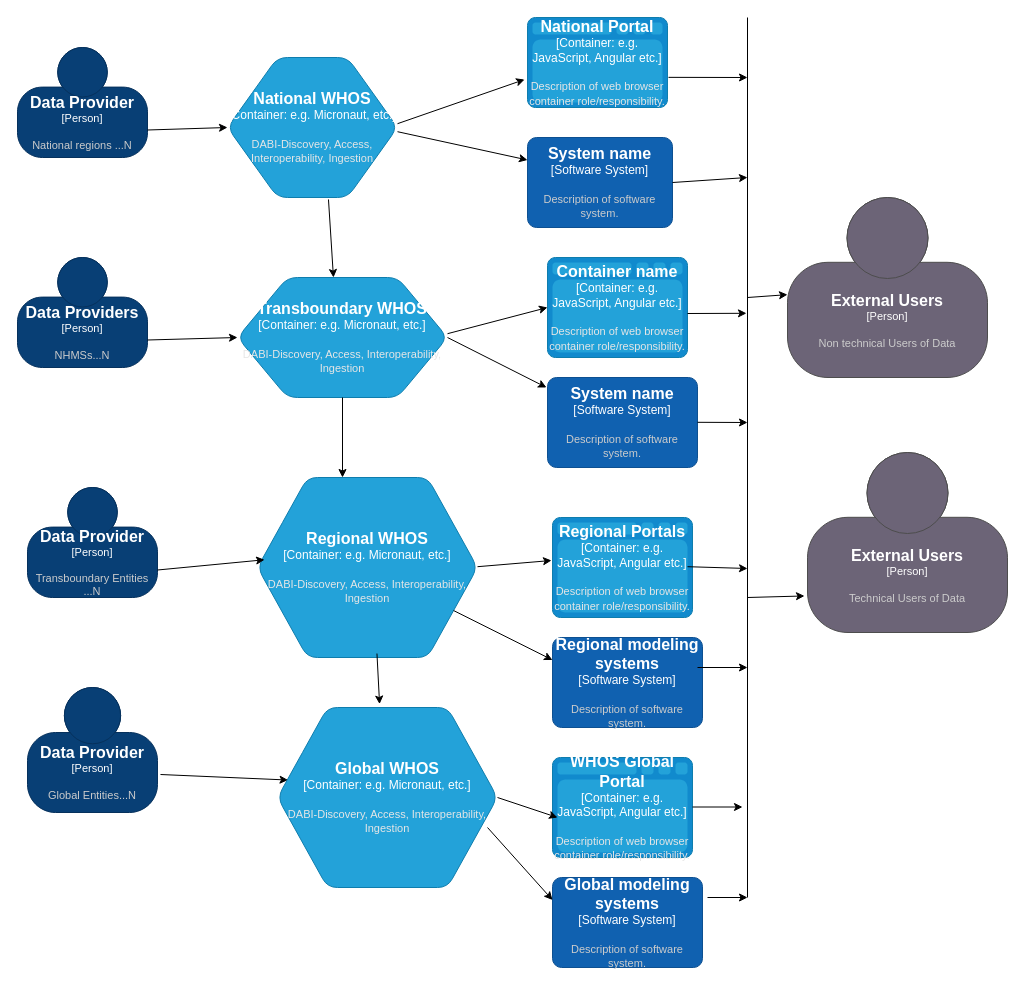
wmo-im/tt-w4h keeps this draw.io diagram as page "WHOS Concept New Architecture2" (2 of 4) of whos-architecture/WHOS New.drawio. Above is the earlier version. Source tidied: cells renumbered, new cells numbered last; positions are measured from the earlier drawing's top-left corner, leaving out a move shared by most shapes. Both pictures are drawn from the tidied source at 100%, with x=0, y=0 at pixel (17, 17).
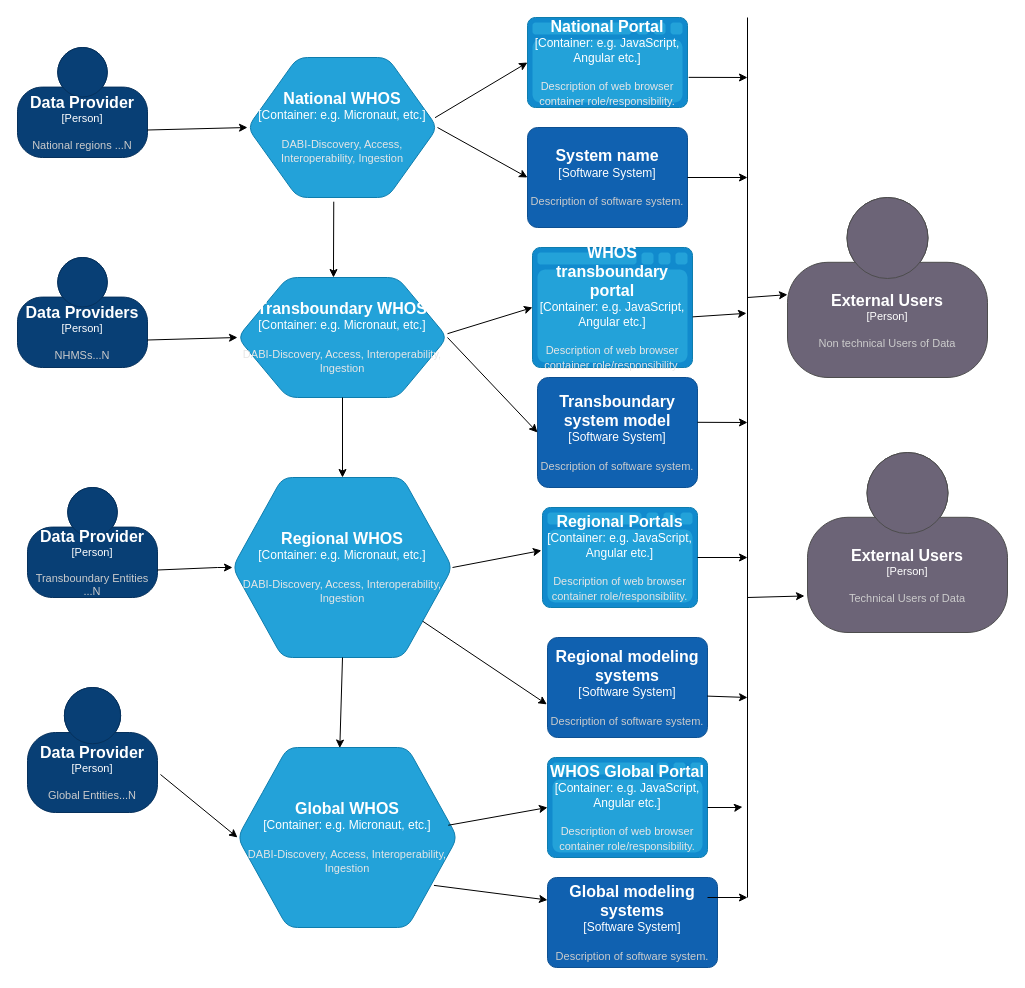
The same diagram, later.

The change refers to these unchanged cells:
```xml
<object id="4" label="&lt;font style=&quot;font-size: 16px&quot;&gt;&lt;b&gt;%c4Name%&lt;/b&gt;&lt;/font&gt;&lt;div&gt;[%c4Type%]&lt;/div&gt;&lt;br&gt;&lt;div&gt;&lt;font style=&quot;font-size: 11px&quot;&gt;&lt;font color=&quot;#cccccc&quot;&gt;%c4Description%&lt;/font&gt;&lt;/div&gt;" c4Description="Transboundary Entities ...N" c4Name="Data Provider" c4Type="Person" placeholders="1">
  <mxCell style="html=1;fontSize=11;dashed=0;whiteSpace=wrap;fillColor=#083F75;strokeColor=#06315C;fontColor=#ffffff;shape=mxgraph.c4.person2;align=center;points=[[0.5,0,0],[1,0.5,0],[1,0.75,0],[0.75,1,0],[0.5,1,0],[0.25,1,0],[0,0.75,0],[0,0.5,0]];" parent="1" vertex="1">
    <mxGeometry x="10" y="470" width="130" height="110" as="geometry" />
  </mxCell>
</object>
<object id="5" label="&lt;font style=&quot;font-size: 16px&quot;&gt;&lt;b&gt;%c4Name%&lt;/b&gt;&lt;/font&gt;&lt;div&gt;[%c4Type%]&lt;/div&gt;&lt;br&gt;&lt;div&gt;&lt;font style=&quot;font-size: 11px&quot;&gt;&lt;font color=&quot;#cccccc&quot;&gt;%c4Description%&lt;/font&gt;&lt;/div&gt;" c4Description="Global Entities...N" c4Name="Data Provider" c4Type="Person" placeholders="1">
  <mxCell style="html=1;fontSize=11;dashed=0;whiteSpace=wrap;fillColor=#083F75;strokeColor=#06315C;fontColor=#ffffff;shape=mxgraph.c4.person2;align=center;points=[[0.5,0,0],[1,0.5,0],[1,0.75,0],[0.75,1,0],[0.5,1,0],[0.25,1,0],[0,0.75,0],[0,0.5,0]];" parent="1" vertex="1">
    <mxGeometry x="10" y="670" width="130" height="125" as="geometry" />
  </mxCell>
</object>
<object id="8" label="&lt;font style=&quot;font-size: 16px&quot;&gt;&lt;b&gt;%c4Name%&lt;/b&gt;&lt;/font&gt;&lt;div&gt;[%c4Type%:&amp;nbsp;%c4Technology%]&lt;/div&gt;&lt;br&gt;&lt;div&gt;&lt;font style=&quot;font-size: 11px&quot;&gt;&lt;font color=&quot;#E6E6E6&quot;&gt;%c4Description%&lt;/font&gt;&lt;/div&gt;" c4Description="DABI-Discovery, Access, Interoperability, Ingestion" c4Name="Transboundary WHOS" c4Technology="e.g. Micronaut, etc." c4Type="Container" placeholders="1">
  <mxCell style="shape=hexagon;size=50;perimeter=hexagonPerimeter2;whiteSpace=wrap;html=1;fixedSize=1;rounded=1;labelBackgroundColor=none;fillColor=#23A2D9;fontSize=12;fontColor=#ffffff;align=center;strokeColor=#0E7DAD;points=[[0.5,0,0],[1,0.25,0],[1,0.5,0],[1,0.75,0],[0.5,1,0],[0,0.75,0],[0,0.5,0],[0,0.25,0]];" parent="1" vertex="1">
    <mxGeometry x="220" y="260" width="210" height="120" as="geometry" />
  </mxCell>
</object>
```

Diff of the diagram source:
```diff
@@
     <object id="6" label="&lt;font style=&quot;font-size: 16px&quot;&gt;&lt;b&gt;%c4Name%&lt;/b&gt;&lt;/font&gt;&lt;div&gt;[%c4Type%:&amp;nbsp;%c4Technology%]&lt;/div&gt;&lt;br&gt;&lt;div&gt;&lt;font style=&quot;font-size: 11px&quot;&gt;&lt;font color=&quot;#E6E6E6&quot;&gt;%c4Description%&lt;/font&gt;&lt;/div&gt;" c4Description="DABI-Discovery, Access, Interoperability, Ingestion" c4Name="National WHOS" c4Technology="e.g. Micronaut, etc." c4Type="Container" placeholders="1">
       <mxCell style="shape=hexagon;size=50;perimeter=hexagonPerimeter2;whiteSpace=wrap;html=1;fixedSize=1;rounded=1;labelBackgroundColor=none;fillColor=#23A2D9;fontSize=12;fontColor=#ffffff;align=center;strokeColor=#0E7DAD;points=[[0.5,0,0],[1,0.25,0],[1,0.5,0],[1,0.75,0],[0.5,1,0],[0,0.75,0],[0,0.5,0],[0,0.25,0]];" parent="1" vertex="1">
-        <mxGeometry x="210" y="40" width="170" height="140" as="geometry" />
+        <mxGeometry x="230" y="40" width="190" height="140" as="geometry" />
       </mxCell>
     </object>
@@
     <object id="10" label="&lt;font style=&quot;font-size: 16px&quot;&gt;&lt;b&gt;%c4Name%&lt;/b&gt;&lt;/font&gt;&lt;div&gt;[%c4Type%:&amp;nbsp;%c4Technology%]&lt;/div&gt;&lt;br&gt;&lt;div&gt;&lt;font style=&quot;font-size: 11px&quot;&gt;&lt;font color=&quot;#E6E6E6&quot;&gt;%c4Description%&lt;/font&gt;&lt;/div&gt;" c4Description="DABI-Discovery, Access, Interoperability, Ingestion" c4Name="Regional WHOS" c4Technology="e.g. Micronaut, etc." c4Type="Container" placeholders="1">
       <mxCell style="shape=hexagon;size=50;perimeter=hexagonPerimeter2;whiteSpace=wrap;html=1;fixedSize=1;rounded=1;labelBackgroundColor=none;fillColor=#23A2D9;fontSize=12;fontColor=#ffffff;align=center;strokeColor=#0E7DAD;points=[[0.5,0,0],[1,0.25,0],[1,0.5,0],[1,0.75,0],[0.5,1,0],[0,0.75,0],[0,0.5,0],[0,0.25,0]];" parent="1" vertex="1">
-        <mxGeometry x="240" y="460" width="220" height="180" as="geometry" />
+        <mxGeometry x="215" y="460" width="220" height="180" as="geometry" />
       </mxCell>
     </object>
-    <mxCell id="11" style="endArrow=classic;html=1;rounded=0;entryX=0.032;entryY=0.457;entryDx=0;entryDy=0;entryPerimeter=0;exitX=1;exitY=0.75;exitDx=0;exitDy=0;exitPerimeter=0;" parent="1" edge="1" source="4" target="10">
-      <mxGeometry relative="1" as="geometry" />
+    <mxCell id="11" style="endArrow=classic;html=1;rounded=0;entryX=0;entryY=0.5;entryDx=0;entryDy=0;entryPerimeter=0;exitX=1;exitY=0.75;exitDx=0;exitDy=0;exitPerimeter=0;" parent="1" edge="1" source="4" target="10">
+      <mxGeometry relative="1" as="geometry">
+        <Array as="points">
+          <mxPoint x="200" y="550" />
+        </Array>
+      </mxGeometry>
     </mxCell>
-    <mxCell id="12" style="endArrow=classic;html=1;rounded=0;entryX=0.048;entryY=0.403;entryDx=0;entryDy=0;entryPerimeter=0;exitX=1.023;exitY=0.696;exitDx=0;exitDy=0;exitPerimeter=0;" parent="1" edge="1" source="5" target="30">
+    <mxCell id="12" style="endArrow=classic;html=1;rounded=0;entryX=0;entryY=0.5;entryDx=0;entryDy=0;entryPerimeter=0;exitX=1.023;exitY=0.696;exitDx=0;exitDy=0;exitPerimeter=0;" parent="1" edge="1" source="5" target="30">
       <mxGeometry relative="1" as="geometry" />
     </mxCell>
-    <object id="13" label="&lt;font style=&quot;font-size: 16px&quot;&gt;&lt;b&gt;%c4Name%&lt;/b&gt;&lt;/font&gt;&lt;div&gt;[%c4Type%:&amp;nbsp;%c4Technology%]&lt;/div&gt;&lt;br&gt;&lt;div&gt;&lt;font style=&quot;font-size: 11px&quot;&gt;&lt;font color=&quot;#E6E6E6&quot;&gt;%c4Description%&lt;/font&gt;&lt;/div&gt;" c4Description="Description of web browser container role/responsibility." c4Name="Container name" c4Technology="e.g. JavaScript, Angular etc." c4Type="Container" placeholders="1">
+    <object id="13" label="&lt;font style=&quot;font-size: 16px&quot;&gt;&lt;b&gt;%c4Name%&lt;/b&gt;&lt;/font&gt;&lt;div&gt;[%c4Type%:&amp;nbsp;%c4Technology%]&lt;/div&gt;&lt;br&gt;&lt;div&gt;&lt;font style=&quot;font-size: 11px&quot;&gt;&lt;font color=&quot;#E6E6E6&quot;&gt;%c4Description%&lt;/font&gt;&lt;/div&gt;" c4Description="Description of web browser container role/responsibility." c4Name="WHOS transboundary portal" c4Technology="e.g. JavaScript, Angular etc." c4Type="Container" placeholders="1">
       <mxCell style="shape=mxgraph.c4.webBrowserContainer2;whiteSpace=wrap;html=1;boundedLbl=1;rounded=0;labelBackgroundColor=none;strokeColor=#118ACD;fillColor=#23A2D9;strokeColor=#118ACD;strokeColor2=#0E7DAD;fontSize=12;fontColor=#ffffff;align=center;points=[[0.5,0,0],[1,0.25,0],[1,0.5,0],[1,0.75,0],[0.5,1,0],[0,0.75,0],[0,0.5,0],[0,0.25,0]];" parent="1" vertex="1">
-        <mxGeometry x="530" y="240" width="140" height="100" as="geometry" />
+        <mxGeometry x="515" y="230" width="160" height="120" as="geometry" />
       </mxCell>
     </object>
-    <object id="14" label="&lt;font style=&quot;font-size: 16px&quot;&gt;&lt;b&gt;%c4Name%&lt;/b&gt;&lt;/font&gt;&lt;div&gt;[%c4Type%]&lt;/div&gt;&lt;br&gt;&lt;div&gt;&lt;font style=&quot;font-size: 11px&quot;&gt;&lt;font color=&quot;#cccccc&quot;&gt;%c4Description%&lt;/font&gt;&lt;/div&gt;" c4Description="Description of software system." c4Name="System name" c4Type="Software System" placeholders="1">
+    <object id="14" label="&lt;font style=&quot;font-size: 16px&quot;&gt;&lt;b&gt;%c4Name%&lt;/b&gt;&lt;/font&gt;&lt;div&gt;[%c4Type%]&lt;/div&gt;&lt;br&gt;&lt;div&gt;&lt;font style=&quot;font-size: 11px&quot;&gt;&lt;font color=&quot;#cccccc&quot;&gt;%c4Description%&lt;/font&gt;&lt;/div&gt;" c4Description="Description of software system." c4Name="Transboundary system model" c4Type="Software System" placeholders="1">
       <mxCell style="rounded=1;whiteSpace=wrap;html=1;labelBackgroundColor=none;fillColor=#1061B0;fontColor=#ffffff;align=center;arcSize=10;strokeColor=#0D5091;points=[[0.25,0,0],[0.5,0,0],[0.75,0,0],[1,0.25,0],[1,0.5,0],[1,0.75,0],[0.75,1,0],[0.5,1,0],[0.25,1,0],[0,0.75,0],[0,0.5,0],[0,0.25,0]];" parent="1" vertex="1">
-        <mxGeometry x="530" y="360" width="150" height="90" as="geometry" />
+        <mxGeometry x="520" y="360" width="160" height="110" as="geometry" />
       </mxCell>
     </object>
     <object id="15" label="&lt;font style=&quot;font-size: 16px&quot;&gt;&lt;b&gt;%c4Name%&lt;/b&gt;&lt;/font&gt;&lt;div&gt;[%c4Type%:&amp;nbsp;%c4Technology%]&lt;/div&gt;&lt;br&gt;&lt;div&gt;&lt;font style=&quot;font-size: 11px&quot;&gt;&lt;font color=&quot;#E6E6E6&quot;&gt;%c4Description%&lt;/font&gt;&lt;/div&gt;" c4Description="Description of web browser container role/responsibility." c4Name="Regional Portals" c4Technology="e.g. JavaScript, Angular etc." c4Type="Container" placeholders="1">
       <mxCell style="shape=mxgraph.c4.webBrowserContainer2;whiteSpace=wrap;html=1;boundedLbl=1;rounded=0;labelBackgroundColor=none;strokeColor=#118ACD;fillColor=#23A2D9;strokeColor=#118ACD;strokeColor2=#0E7DAD;fontSize=12;fontColor=#ffffff;align=center;points=[[0.5,0,0],[1,0.25,0],[1,0.5,0],[1,0.75,0],[0.5,1,0],[0,0.75,0],[0,0.5,0],[0,0.25,0]];" parent="1" vertex="1">
-        <mxGeometry x="535" y="500" width="140" height="100" as="geometry" />
+        <mxGeometry x="525" y="490" width="155" height="100" as="geometry" />
       </mxCell>
     </object>
     <object id="16" label="&lt;font style=&quot;font-size: 16px&quot;&gt;&lt;b&gt;%c4Name%&lt;/b&gt;&lt;/font&gt;&lt;div&gt;[%c4Type%]&lt;/div&gt;&lt;br&gt;&lt;div&gt;&lt;font style=&quot;font-size: 11px&quot;&gt;&lt;font color=&quot;#cccccc&quot;&gt;%c4Description%&lt;/font&gt;&lt;/div&gt;" c4Description="Description of software system." c4Name="Regional  modeling systems" c4Type="Software System" placeholders="1">
       <mxCell style="rounded=1;whiteSpace=wrap;html=1;labelBackgroundColor=none;fillColor=#1061B0;fontColor=#ffffff;align=center;arcSize=10;strokeColor=#0D5091;points=[[0.25,0,0],[0.5,0,0],[0.75,0,0],[1,0.25,0],[1,0.5,0],[1,0.75,0],[0.75,1,0],[0.5,1,0],[0.25,1,0],[0,0.75,0],[0,0.5,0],[0,0.25,0]];" parent="1" vertex="1">
-        <mxGeometry x="535" y="620" width="150" height="90" as="geometry" />
+        <mxGeometry x="530" y="620" width="160" height="100" as="geometry" />
       </mxCell>
     </object>
     <object id="17" label="&lt;font style=&quot;font-size: 16px&quot;&gt;&lt;b&gt;%c4Name%&lt;/b&gt;&lt;/font&gt;&lt;div&gt;[%c4Type%:&amp;nbsp;%c4Technology%]&lt;/div&gt;&lt;br&gt;&lt;div&gt;&lt;font style=&quot;font-size: 11px&quot;&gt;&lt;font color=&quot;#E6E6E6&quot;&gt;%c4Description%&lt;/font&gt;&lt;/div&gt;" c4Description="Description of web browser container role/responsibility." c4Name="National Portal" c4Technology="e.g. JavaScript, Angular etc." c4Type="Container" placeholders="1">
       <mxCell style="shape=mxgraph.c4.webBrowserContainer2;whiteSpace=wrap;html=1;boundedLbl=1;rounded=0;labelBackgroundColor=none;strokeColor=#118ACD;fillColor=#23A2D9;strokeColor=#118ACD;strokeColor2=#0E7DAD;fontSize=12;fontColor=#ffffff;align=center;points=[[0.5,0,0],[1,0.25,0],[1,0.5,0],[1,0.75,0],[0.5,1,0],[0,0.75,0],[0,0.5,0],[0,0.25,0]];" parent="1" vertex="1">
-        <mxGeometry x="510" width="140" height="90" as="geometry" />
+        <mxGeometry x="510" width="160" height="90" as="geometry" />
       </mxCell>
     </object>
     <object id="18" label="&lt;font style=&quot;font-size: 16px&quot;&gt;&lt;b&gt;%c4Name%&lt;/b&gt;&lt;/font&gt;&lt;div&gt;[%c4Type%]&lt;/div&gt;&lt;br&gt;&lt;div&gt;&lt;font style=&quot;font-size: 11px&quot;&gt;&lt;font color=&quot;#cccccc&quot;&gt;%c4Description%&lt;/font&gt;&lt;/div&gt;" c4Description="Description of software system." c4Name="System name" c4Type="Software System" placeholders="1">
       <mxCell style="rounded=1;whiteSpace=wrap;html=1;labelBackgroundColor=none;fillColor=#1061B0;fontColor=#ffffff;align=center;arcSize=10;strokeColor=#0D5091;points=[[0.25,0,0],[0.5,0,0],[0.75,0,0],[1,0.25,0],[1,0.5,0],[1,0.75,0],[0.75,1,0],[0.5,1,0],[0.25,1,0],[0,0.75,0],[0,0.5,0],[0,0.25,0]];" parent="1" vertex="1">
-        <mxGeometry x="510" y="120" width="145" height="90" as="geometry" />
+        <mxGeometry x="510" y="110" width="160" height="100" as="geometry" />
       </mxCell>
     </object>
-    <mxCell id="19" style="endArrow=classic;html=1;rounded=0;entryX=0.457;entryY=0;entryDx=0;entryDy=0;entryPerimeter=0;exitX=0.594;exitY=1.014;exitDx=0;exitDy=0;exitPerimeter=0;" parent="1" edge="1" source="6" target="8">
+    <mxCell id="19" style="endArrow=classic;html=1;rounded=0;entryX=0.457;entryY=0;entryDx=0;entryDy=0;entryPerimeter=0;exitX=0.454;exitY=1.03;exitDx=0;exitDy=0;exitPerimeter=0;" parent="1" edge="1" source="6" target="8">
       <mxGeometry relative="1" as="geometry" />
     </mxCell>
-    <mxCell id="20" style="endArrow=classic;html=1;rounded=0;exitX=0.5;exitY=1;exitDx=0;exitDy=0;exitPerimeter=0;" parent="1" edge="1" source="8">
-      <mxGeometry relative="1" as="geometry">
-        <mxPoint x="325" y="460" as="targetPoint" />
-      </mxGeometry>
+    <mxCell id="20" style="endArrow=classic;html=1;rounded=0;exitX=0.5;exitY=1;exitDx=0;exitDy=0;exitPerimeter=0;entryX=0.5;entryY=0;entryDx=0;entryDy=0;entryPerimeter=0;" parent="1" edge="1" source="8" target="10">
+      <mxGeometry relative="1" as="geometry" />
     </mxCell>
-    <mxCell id="21" style="endArrow=classic;html=1;rounded=0;exitX=0.543;exitY=0.978;exitDx=0;exitDy=0;exitPerimeter=0;entryX=0.464;entryY=-0.019;entryDx=0;entryDy=0;entryPerimeter=0;" parent="1" edge="1" source="10" target="30">
+    <mxCell id="21" style="endArrow=classic;html=1;rounded=0;exitX=0.5;exitY=1;exitDx=0;exitDy=0;exitPerimeter=0;entryX=0.465;entryY=0.003;entryDx=0;entryDy=0;entryPerimeter=0;" parent="1" edge="1" source="10" target="30">
       <mxGeometry relative="1" as="geometry" />
     </mxCell>
@@
-    <mxCell id="27" style="endArrow=classic;html=1;rounded=0;" parent="1" edge="1">
+    <mxCell id="27" style="endArrow=classic;html=1;rounded=0;exitX=1.001;exitY=0.578;exitDx=0;exitDy=0;exitPerimeter=0;" parent="1" edge="1" source="13">
       <mxGeometry relative="1" as="geometry">
-        <mxPoint x="670" y="296" as="sourcePoint" />
         <mxPoint x="729" y="295.8" as="targetPoint" />
       </mxGeometry>
     </mxCell>
-    <mxCell id="28" style="endArrow=classic;html=1;rounded=0;exitX=1;exitY=0.5;exitDx=0;exitDy=0;exitPerimeter=0;entryX=-0.007;entryY=0.43;entryDx=0;entryDy=0;entryPerimeter=0;" parent="1" edge="1" target="15">
-      <mxGeometry relative="1" as="geometry">
-        <mxPoint x="460" y="549.2" as="sourcePoint" />
-      </mxGeometry>
+    <mxCell id="28" style="endArrow=classic;html=1;rounded=0;exitX=1;exitY=0.5;exitDx=0;exitDy=0;exitPerimeter=0;entryX=-0.007;entryY=0.43;entryDx=0;entryDy=0;entryPerimeter=0;" parent="1" edge="1" source="10" target="15">
+      <mxGeometry relative="1" as="geometry" />
     </mxCell>
-    <mxCell id="29" style="endArrow=classic;html=1;rounded=0;exitX=1;exitY=0.5;exitDx=0;exitDy=0;exitPerimeter=0;" parent="1" edge="1">
+    <mxCell id="29" style="endArrow=classic;html=1;rounded=0;exitX=1;exitY=0.5;exitDx=0;exitDy=0;exitPerimeter=0;" parent="1" edge="1" source="15">
       <mxGeometry relative="1" as="geometry">
-        <mxPoint x="670" y="549.2" as="sourcePoint" />
-        <mxPoint x="730" y="551" as="targetPoint" />
+        <mxPoint x="730" y="540" as="targetPoint" />
       </mxGeometry>
     </mxCell>
     <object id="30" label="&lt;font style=&quot;font-size: 16px&quot;&gt;&lt;b&gt;%c4Name%&lt;/b&gt;&lt;/font&gt;&lt;div&gt;[%c4Type%:&amp;nbsp;%c4Technology%]&lt;/div&gt;&lt;br&gt;&lt;div&gt;&lt;font style=&quot;font-size: 11px&quot;&gt;&lt;font color=&quot;#E6E6E6&quot;&gt;%c4Description%&lt;/font&gt;&lt;/div&gt;" c4Description="DABI-Discovery, Access, Interoperability, Ingestion" c4Name="Global WHOS" c4Technology="e.g. Micronaut, etc." c4Type="Container" placeholders="1">
       <mxCell style="shape=hexagon;size=50;perimeter=hexagonPerimeter2;whiteSpace=wrap;html=1;fixedSize=1;rounded=1;labelBackgroundColor=none;fillColor=#23A2D9;fontSize=12;fontColor=#ffffff;align=center;strokeColor=#0E7DAD;points=[[0.5,0,0],[1,0.25,0],[1,0.5,0],[1,0.75,0],[0.5,1,0],[0,0.75,0],[0,0.5,0],[0,0.25,0]];" parent="1" vertex="1">
-        <mxGeometry x="260" y="690" width="220" height="180" as="geometry" />
+        <mxGeometry x="220" y="730" width="220" height="180" as="geometry" />
       </mxCell>
     </object>
@@
-    <mxCell id="32" style="endArrow=classic;html=1;rounded=0;exitX=1;exitY=0.5;exitDx=0;exitDy=0;exitPerimeter=0;" parent="1" edge="1">
+    <mxCell id="32" style="endArrow=classic;html=1;rounded=0;exitX=0.998;exitY=0.586;exitDx=0;exitDy=0;exitPerimeter=0;" parent="1" edge="1" source="16">
       <mxGeometry relative="1" as="geometry">
-        <mxPoint x="680" y="650" as="sourcePoint" />
-        <mxPoint x="730" y="650" as="targetPoint" />
+        <mxPoint x="730" y="680" as="targetPoint" />
       </mxGeometry>
     </mxCell>
-    <mxCell id="33" style="endArrow=classic;html=1;rounded=0;entryX=0;entryY=0.25;entryDx=0;entryDy=0;entryPerimeter=0;" parent="1" edge="1" source="10" target="16">
+    <mxCell id="33" style="endArrow=classic;html=1;rounded=0;entryX=-0.004;entryY=0.669;entryDx=0;entryDy=0;entryPerimeter=0;" parent="1" edge="1" source="10" target="16">
       <mxGeometry relative="1" as="geometry" />
     </mxCell>
     <object id="34" label="&lt;font style=&quot;font-size: 16px&quot;&gt;&lt;b&gt;%c4Name%&lt;/b&gt;&lt;/font&gt;&lt;div&gt;[%c4Type%:&amp;nbsp;%c4Technology%]&lt;/div&gt;&lt;br&gt;&lt;div&gt;&lt;font style=&quot;font-size: 11px&quot;&gt;&lt;font color=&quot;#E6E6E6&quot;&gt;%c4Description%&lt;/font&gt;&lt;/div&gt;" c4Description="Description of web browser container role/responsibility." c4Name="WHOS Global Portal" c4Technology="e.g. JavaScript, Angular etc." c4Type="Container" placeholders="1">
       <mxCell style="shape=mxgraph.c4.webBrowserContainer2;whiteSpace=wrap;html=1;boundedLbl=1;rounded=0;labelBackgroundColor=none;strokeColor=#118ACD;fillColor=#23A2D9;strokeColor=#118ACD;strokeColor2=#0E7DAD;fontSize=12;fontColor=#ffffff;align=center;points=[[0.5,0,0],[1,0.25,0],[1,0.5,0],[1,0.75,0],[0.5,1,0],[0,0.75,0],[0,0.5,0],[0,0.25,0]];" parent="1" vertex="1">
-        <mxGeometry x="535" y="740" width="140" height="100" as="geometry" />
+        <mxGeometry x="530" y="740" width="160" height="100" as="geometry" />
       </mxCell>
     </object>
     <object id="35" label="&lt;font style=&quot;font-size: 16px&quot;&gt;&lt;b&gt;%c4Name%&lt;/b&gt;&lt;/font&gt;&lt;div&gt;[%c4Type%]&lt;/div&gt;&lt;br&gt;&lt;div&gt;&lt;font style=&quot;font-size: 11px&quot;&gt;&lt;font color=&quot;#cccccc&quot;&gt;%c4Description%&lt;/font&gt;&lt;/div&gt;" c4Description="Description of software system." c4Name="Global  modeling systems" c4Type="Software System" placeholders="1">
       <mxCell style="rounded=1;whiteSpace=wrap;html=1;labelBackgroundColor=none;fillColor=#1061B0;fontColor=#ffffff;align=center;arcSize=10;strokeColor=#0D5091;points=[[0.25,0,0],[0.5,0,0],[0.75,0,0],[1,0.25,0],[1,0.5,0],[1,0.75,0],[0.75,1,0],[0.5,1,0],[0.25,1,0],[0,0.75,0],[0,0.5,0],[0,0.25,0]];" parent="1" vertex="1">
-        <mxGeometry x="535" y="860" width="150" height="90" as="geometry" />
+        <mxGeometry x="530" y="860" width="170" height="90" as="geometry" />
       </mxCell>
     </object>
-    <mxCell id="36" style="endArrow=classic;html=1;rounded=0;exitX=1;exitY=0.5;exitDx=0;exitDy=0;exitPerimeter=0;" parent="1" edge="1" source="30">
-      <mxGeometry relative="1" as="geometry">
-        <mxPoint x="540" y="800" as="targetPoint" />
-      </mxGeometry>
+    <mxCell id="36" style="endArrow=classic;html=1;rounded=0;entryX=0;entryY=0.5;entryDx=0;entryDy=0;entryPerimeter=0;exitX=0.958;exitY=0.432;exitDx=0;exitDy=0;exitPerimeter=0;" parent="1" edge="1" source="30" target="34">
+      <mxGeometry relative="1" as="geometry" />
     </mxCell>
-    <mxCell id="37" style="endArrow=classic;html=1;rounded=0;entryX=0;entryY=0.25;entryDx=0;entryDy=0;entryPerimeter=0;" parent="1" edge="1" target="35">
-      <mxGeometry relative="1" as="geometry">
-        <mxPoint x="470" y="810" as="sourcePoint" />
-      </mxGeometry>
+    <mxCell id="37" style="endArrow=classic;html=1;rounded=0;entryX=0;entryY=0.25;entryDx=0;entryDy=0;entryPerimeter=0;exitX=0.893;exitY=0.766;exitDx=0;exitDy=0;exitPerimeter=0;" parent="1" edge="1" source="30" target="35">
+      <mxGeometry relative="1" as="geometry" />
     </mxCell>
-    <mxCell id="38" style="endArrow=classic;html=1;rounded=0;exitX=1;exitY=0.5;exitDx=0;exitDy=0;exitPerimeter=0;" parent="1" edge="1">
+    <mxCell id="38" style="endArrow=classic;html=1;rounded=0;" parent="1" edge="1">
       <mxGeometry relative="1" as="geometry">
-        <mxPoint x="675" y="789.5" as="sourcePoint" />
+        <mxPoint x="690" y="790" as="sourcePoint" />
         <mxPoint x="725" y="789.5" as="targetPoint" />
+        <Array as="points">
+          <mxPoint x="720" y="790" />
+        </Array>
       </mxGeometry>
     </mxCell>
@@
-    <mxCell id="41" style="endArrow=classic;html=1;rounded=0;entryX=0;entryY=0.25;entryDx=0;entryDy=0;entryPerimeter=0;" parent="1" edge="1">
+    <mxCell id="41" style="endArrow=classic;html=1;rounded=0;entryX=0;entryY=0.5;entryDx=0;entryDy=0;entryPerimeter=0;" parent="1" edge="1" target="14">
       <mxGeometry relative="1" as="geometry">
         <mxPoint x="430" y="320" as="sourcePoint" />
-        <mxPoint x="529" y="370" as="targetPoint" />
       </mxGeometry>
     </mxCell>
-    <mxCell id="42" style="endArrow=classic;html=1;rounded=0;exitX=1;exitY=0.5;exitDx=0;exitDy=0;exitPerimeter=0;entryX=-0.021;entryY=0.689;entryDx=0;entryDy=0;entryPerimeter=0;" parent="1" edge="1" target="17">
-      <mxGeometry relative="1" as="geometry">
-        <mxPoint x="380" y="106.2" as="sourcePoint" />
-      </mxGeometry>
+    <mxCell id="42" style="endArrow=classic;html=1;rounded=0;exitX=0.987;exitY=0.43;exitDx=0;exitDy=0;exitPerimeter=0;entryX=0;entryY=0.5;entryDx=0;entryDy=0;entryPerimeter=0;" parent="1" edge="1" source="6" target="17">
+      <mxGeometry relative="1" as="geometry" />
     </mxCell>
-    <mxCell id="43" style="endArrow=classic;html=1;rounded=0;exitX=1;exitY=0.5;exitDx=0;exitDy=0;exitPerimeter=0;entryX=0;entryY=0.25;entryDx=0;entryDy=0;entryPerimeter=0;" parent="1" edge="1" target="18">
+    <mxCell id="43" style="endArrow=classic;html=1;rounded=0;entryX=0;entryY=0.5;entryDx=0;entryDy=0;entryPerimeter=0;" parent="1" edge="1" target="18">
       <mxGeometry relative="1" as="geometry">
-        <mxPoint x="380" y="114.2" as="sourcePoint" />
+        <mxPoint x="420" y="110" as="sourcePoint" />
       </mxGeometry>
     </mxCell>
```
